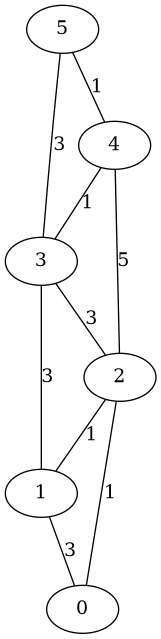
This is dot/g.png from KaraniAbdellah/dijkstra_algo, a Graphviz export, as it was before one commit. Its source is kept beside it as dot/g.dot.
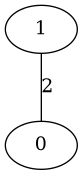
Later version of the same file.

What changed in the source:
```diff
@@ -1,11 +1,3 @@
 graph G {
-1 -- 0 [label="3"];
-2 -- 0 [label="1"];
-2 -- 1 [label="1"];
-3 -- 1 [label="3"];
-3 -- 2 [label="3"];
-4 -- 2 [label="5"];
-4 -- 3 [label="1"];
-5 -- 3 [label="3"];
-5 -- 4 [label="1"];
+1 -- 0 [label="2"];
 }
```
